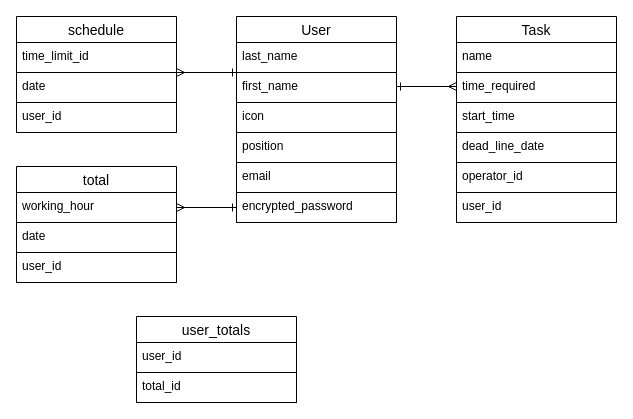
Yurika-1016/team-task-app-33991 keeps this draw.io diagram as test.dio. Above is the earlier version. Source tidied: cells renumbered, new cells numbered last; positions are measured from the earlier drawing's top-left corner, leaving out a move shared by most shapes. Both pictures are drawn from the tidied source at 100%, with x=0, y=0 at pixel (16, 16).
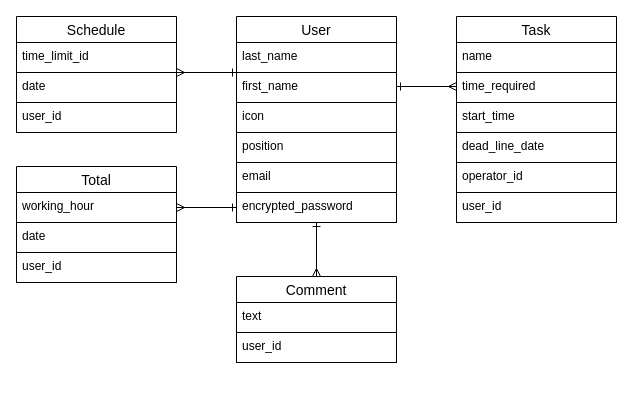
Above is the later version.

Unchanged cells that the change refers to:
```xml
<mxCell id="9" value="encrypted_password" style="text;fillColor=none;spacingLeft=4;spacingRight=4;overflow=hidden;points=[[0,0.5],[1,0.5]];portConstraint=eastwest;fontSize=12;strokeColor=#000000;fontColor=#000000;" parent="2" vertex="1">
  <mxGeometry y="176" width="160" height="30" as="geometry" />
</mxCell>
```

What changed in the source:
```diff
@@
-    <mxCell id="17" value="schedule" style="swimlane;fontStyle=0;horizontal=1;startSize=26;align=center;fontSize=14;strokeColor=#000000;labelBorderColor=none;swimlaneFillColor=none;" parent="1" vertex="1">
+    <mxCell id="17" value="Schedule" style="swimlane;fontStyle=0;horizontal=1;startSize=26;align=center;fontSize=14;strokeColor=#000000;labelBorderColor=none;swimlaneFillColor=none;" parent="1" vertex="1">
       <mxGeometry width="160" height="116" as="geometry" />
     </mxCell>
@@
-    <mxCell id="21" value="total" style="swimlane;fontStyle=0;horizontal=1;startSize=26;align=center;fontSize=14;strokeColor=#000000;labelBorderColor=none;swimlaneFillColor=none;" parent="1" vertex="1">
+    <mxCell id="21" value="Total" style="swimlane;fontStyle=0;horizontal=1;startSize=26;align=center;fontSize=14;strokeColor=#000000;labelBorderColor=none;swimlaneFillColor=none;" parent="1" vertex="1">
       <mxGeometry y="150" width="160" height="116" as="geometry" />
     </mxCell>
@@
-    <mxCell id="27" value="user_totals" style="swimlane;fontStyle=0;horizontal=1;startSize=26;align=center;fontSize=14;strokeColor=#000000;labelBorderColor=none;swimlaneFillColor=none;" parent="1" vertex="1">
-      <mxGeometry x="120" y="300" width="160" height="86" as="geometry" />
-    </mxCell>
+    <mxCell id="29" value="Comment" style="swimlane;fontStyle=0;horizontal=1;startSize=26;align=center;fontSize=14;strokeColor=#000000;labelBorderColor=none;swimlaneFillColor=none;" parent="1" vertex="1">
+      <mxGeometry x="220" y="260" width="160" height="86" as="geometry" />
+    </mxCell>
+    <mxCell id="30" value="text" style="text;fillColor=none;spacingLeft=4;spacingRight=4;overflow=hidden;fontSize=12;strokeColor=#000000;fontColor=#000000;" parent="29" vertex="1">
+      <mxGeometry y="26" width="160" height="30" as="geometry" />
+    </mxCell>
-    <mxCell id="28" value="user_id" style="text;fillColor=none;spacingLeft=4;spacingRight=4;overflow=hidden;fontSize=12;strokeColor=#000000;fontColor=#000000;" parent="27" vertex="1">
-      <mxGeometry y="26" width="160" height="30" as="geometry" />
+    <mxCell id="28" value="user_id" style="text;fillColor=none;spacingLeft=4;spacingRight=4;overflow=hidden;fontSize=12;strokeColor=#000000;fontColor=#000000;" parent="29" vertex="1">
+      <mxGeometry y="56" width="160" height="30" as="geometry" />
     </mxCell>
-    <mxCell id="29" value="total_id" style="text;fillColor=none;spacingLeft=4;spacingRight=4;overflow=hidden;points=[[0,0.5],[1,0.5]];portConstraint=eastwest;fontSize=12;strokeColor=#000000;fontColor=#000000;" parent="27" vertex="1">
-      <mxGeometry y="56" width="160" height="30" as="geometry" />
-    </mxCell>
+    <mxCell id="31" style="endArrow=ERone;html=1;rounded=0;strokeColor=#000000;startArrow=ERmany;startFill=0;endFill=0;entryX=0.5;entryY=1.002;entryDx=0;entryDy=0;exitX=0.5;exitY=0;exitDx=0;exitDy=0;entryPerimeter=0;" parent="1" edge="1" source="29" target="9">
+      <mxGeometry relative="1" as="geometry" />
+    </mxCell>
```
